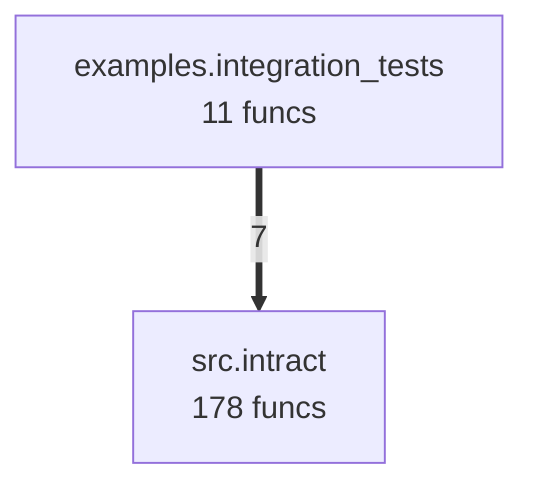
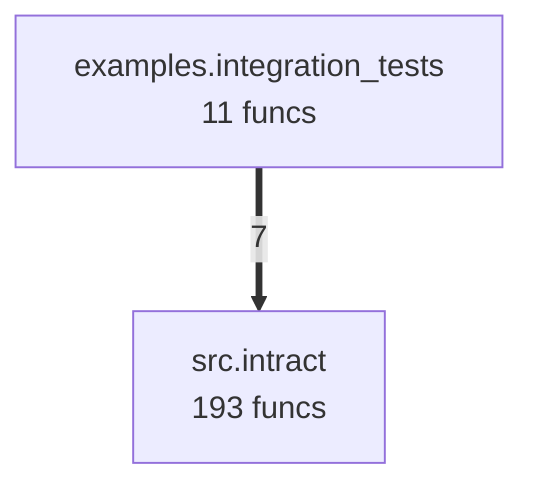
flowchart TD
- %% generated in 0.03s
+ %% generated in 0.01s
    examples__integration_tests["examples.integration_tests<br/>11 funcs"]
-     src__intract["src.intract<br/>178 funcs"]
+     src__intract["src.intract<br/>193 funcs"]
    examples__integration_tests ==>|7| src__intract
